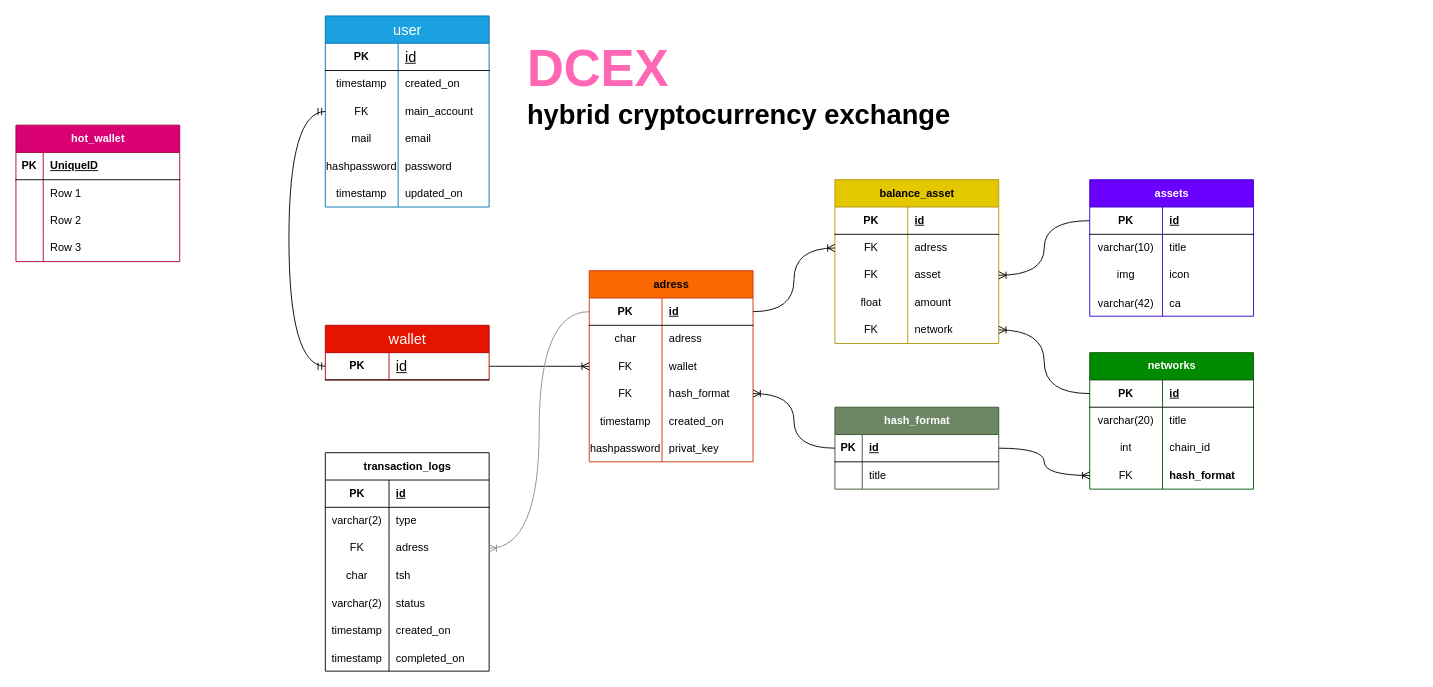
on3ginnn/DCEX keeps this draw.io diagram as dCEX_ER.drawio. Above is the earlier version. Source tidied: cells renumbered, new cells numbered last; positions are measured from the earlier drawing's top-left corner, leaving out a move shared by most shapes. Both pictures are drawn from the tidied source at 91%, with x=0, y=0 at pixel (15, 15).
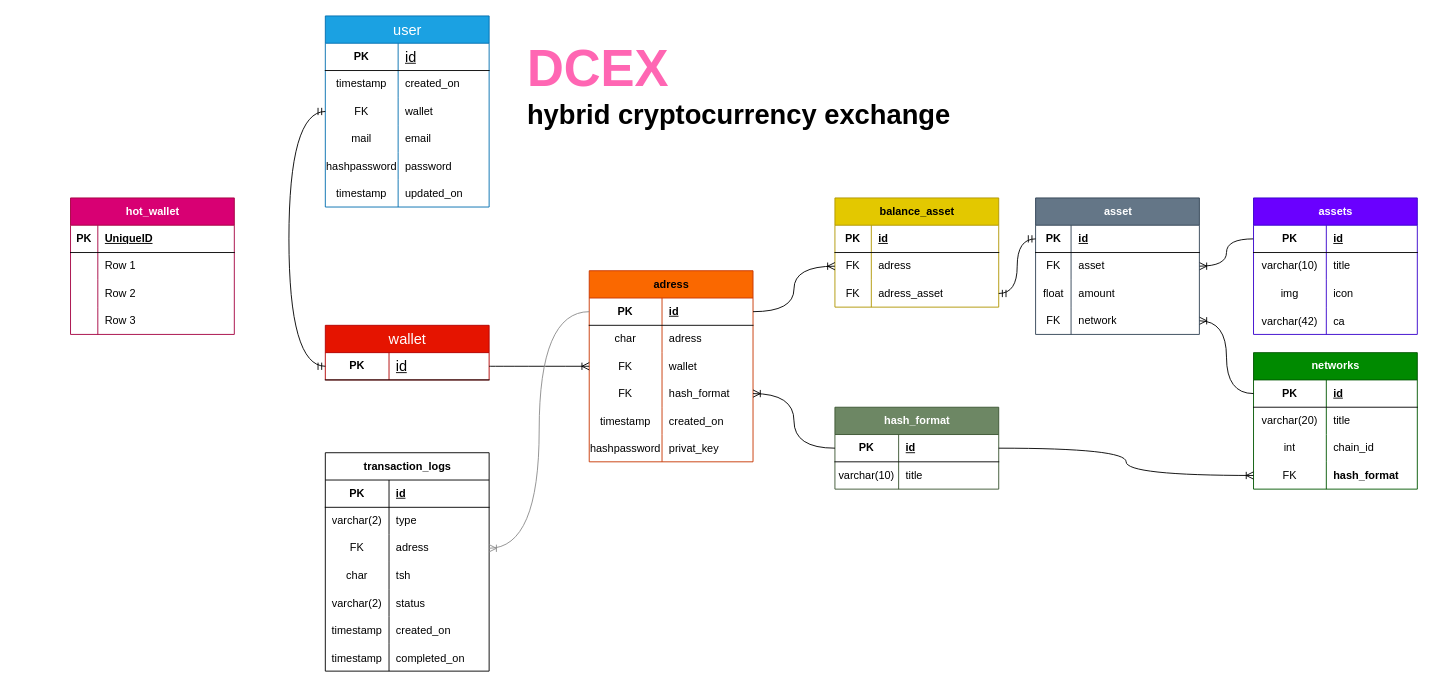
The same diagram, later.

Unchanged cells that the change refers to:
```xml
<mxCell id="9" style="shape=tableRow;horizontal=0;startSize=0;swimlaneHead=0;swimlaneBody=0;fillColor=none;points=[[0,0.5],[1,0.5]];portConstraint=eastwest;top=0;left=0;right=0;bottom=0;" parent="2" vertex="1">
  <mxGeometry y="90" width="180" height="30" as="geometry" />
</mxCell>
<mxCell id="22" style="shape=tableRow;horizontal=0;startSize=0;swimlaneHead=0;swimlaneBody=0;fillColor=none;top=0;left=0;right=0;bottom=1;" parent="21" vertex="1">
  <mxGeometry y="30" width="180" height="30" as="geometry" />
</mxCell>
<mxCell id="25" style="shape=tableRow;horizontal=0;startSize=0;swimlaneHead=0;swimlaneBody=0;fillColor=none;points=[[0,0.5],[1,0.5]];portConstraint=eastwest;top=0;left=0;right=0;bottom=0;" parent="21" vertex="1">
  <mxGeometry y="60" width="180" height="30" as="geometry" />
</mxCell>
<mxCell id="28" style="shape=tableRow;horizontal=0;startSize=0;swimlaneHead=0;swimlaneBody=0;fillColor=none;points=[[0,0.5],[1,0.5]];portConstraint=eastwest;top=0;left=0;right=0;bottom=0;" parent="21" vertex="1">
  <mxGeometry y="90" width="180" height="30" as="geometry" />
</mxCell>
<mxCell id="39" style="shape=tableRow;horizontal=0;startSize=0;swimlaneHead=0;swimlaneBody=0;fillColor=none;points=[[0,0.5],[1,0.5]];portConstraint=eastwest;top=0;left=0;right=0;bottom=1;" parent="38" vertex="1">
  <mxGeometry y="30" width="180" height="30" as="geometry" />
</mxCell>
<mxCell id="79" style="shape=tableRow;horizontal=0;startSize=0;swimlaneHead=0;swimlaneBody=0;fillColor=none;points=[[0,0.5],[1,0.5]];portConstraint=eastwest;top=0;left=0;right=0;bottom=1;" parent="78" vertex="1">
  <mxGeometry y="30" width="180" height="30" as="geometry" />
</mxCell>
<mxCell id="92" style="shape=tableRow;horizontal=0;startSize=0;swimlaneHead=0;swimlaneBody=0;fillColor=none;points=[[0,0.5],[1,0.5]];portConstraint=eastwest;top=0;left=0;right=0;bottom=1;" parent="91" vertex="1">
  <mxGeometry y="30" width="180" height="30" as="geometry" />
</mxCell>
<mxCell id="95" style="shape=tableRow;horizontal=0;startSize=0;swimlaneHead=0;swimlaneBody=0;fillColor=none;top=0;left=0;right=0;bottom=0;" parent="91" vertex="1">
  <mxGeometry y="60" width="180" height="30" as="geometry" />
</mxCell>
```

Change to the diagram source:
```diff
@@
-    <mxCell id="11" value="&lt;span style=&quot;text-align: center; white-space: nowrap;&quot;&gt;&lt;font style=&quot;font-size: 12px;&quot;&gt;main_account&lt;/font&gt;&lt;/span&gt;" style="shape=partialRectangle;fillColor=none;top=0;left=0;bottom=0;right=0;align=left;spacingLeft=6;overflow=hidden;whiteSpace=wrap;html=1;" parent="9" vertex="1">
+    <mxCell id="11" value="&lt;span style=&quot;text-align: center; white-space: nowrap;&quot;&gt;&lt;font style=&quot;font-size: 12px;&quot;&gt;wallet&lt;/font&gt;&lt;/span&gt;" style="shape=partialRectangle;fillColor=none;top=0;left=0;bottom=0;right=0;align=left;spacingLeft=6;overflow=hidden;whiteSpace=wrap;html=1;" parent="9" vertex="1">
       <mxGeometry x="80" width="100" height="30" as="geometry" />
     </mxCell>
@@
     <mxCell id="21" value="balance_asset" style="shape=table;startSize=30;childLayout=tableLayout;rowLines=0;fontStyle=1;align=center;html=1;fillColor=#e3c800;fontColor=#000000;strokeColor=#B09500;" parent="1" vertex="1">
-      <mxGeometry x="900" y="180" width="180" height="180" as="geometry" />
+      <mxGeometry x="900" y="200" width="180" height="120" as="geometry" />
     </mxCell>
@@
     <mxCell id="23" value="PK" style="shape=partialRectangle;fillColor=none;top=0;left=0;bottom=0;right=0;fontStyle=1;overflow=hidden;whiteSpace=wrap;html=1;" parent="22" vertex="1">
-      <mxGeometry width="80" height="30" as="geometry" />
+      <mxGeometry width="40" height="30" as="geometry" />
     </mxCell>
     <mxCell id="24" value="id" style="shape=partialRectangle;fillColor=none;top=0;left=0;bottom=0;right=0;align=left;spacingLeft=6;fontStyle=5;overflow=hidden;whiteSpace=wrap;html=1;" parent="22" vertex="1">
-      <mxGeometry x="80" width="100" height="30" as="geometry" />
+      <mxGeometry x="40" width="140" height="30" as="geometry" />
     </mxCell>
@@
     <mxCell id="26" value="FK" style="shape=partialRectangle;fillColor=none;top=0;left=0;bottom=0;right=0;fontStyle=0;overflow=hidden;whiteSpace=wrap;html=1;" parent="25" vertex="1">
-      <mxGeometry width="80" height="30" as="geometry" />
+      <mxGeometry width="40" height="30" as="geometry" />
     </mxCell>
     <mxCell id="27" value="adress" style="shape=partialRectangle;fillColor=none;top=0;left=0;bottom=0;right=0;align=left;spacingLeft=6;fontStyle=0;overflow=hidden;whiteSpace=wrap;html=1;" parent="25" vertex="1">
-      <mxGeometry x="80" width="100" height="30" as="geometry" />
+      <mxGeometry x="40" width="140" height="30" as="geometry" />
     </mxCell>
@@
     <mxCell id="29" value="FK" style="shape=partialRectangle;fillColor=none;top=0;left=0;bottom=0;right=0;fontStyle=0;overflow=hidden;whiteSpace=wrap;html=1;" parent="28" vertex="1">
-      <mxGeometry width="80" height="30" as="geometry" />
+      <mxGeometry width="40" height="30" as="geometry" />
     </mxCell>
-    <mxCell id="30" value="asset" style="shape=partialRectangle;fillColor=none;top=0;left=0;bottom=0;right=0;align=left;spacingLeft=6;fontStyle=0;overflow=hidden;whiteSpace=wrap;html=1;" parent="28" vertex="1">
-      <mxGeometry x="80" width="100" height="30" as="geometry" />
+    <mxCell id="30" value="adress_asset" style="shape=partialRectangle;fillColor=none;top=0;left=0;bottom=0;right=0;align=left;spacingLeft=6;fontStyle=0;overflow=hidden;whiteSpace=wrap;html=1;" parent="28" vertex="1">
+      <mxGeometry x="40" width="140" height="30" as="geometry" />
     </mxCell>
-    <mxCell id="31" style="shape=tableRow;horizontal=0;startSize=0;swimlaneHead=0;swimlaneBody=0;fillColor=none;points=[[0,0.5],[1,0.5]];portConstraint=eastwest;top=0;left=0;right=0;bottom=0;" parent="21" vertex="1">
-      <mxGeometry y="120" width="180" height="30" as="geometry" />
-    </mxCell>
-    <mxCell id="32" value="float" style="shape=partialRectangle;fillColor=none;top=0;left=0;bottom=0;right=0;overflow=hidden;whiteSpace=wrap;html=1;" parent="31" vertex="1">
-      <mxGeometry width="80" height="30" as="geometry" />
-    </mxCell>
-    <mxCell id="33" value="amount" style="shape=partialRectangle;fillColor=none;top=0;left=0;bottom=0;right=0;align=left;spacingLeft=6;overflow=hidden;whiteSpace=wrap;html=1;" parent="31" vertex="1">
-      <mxGeometry x="80" width="100" height="30" as="geometry" />
-    </mxCell>
-    <mxCell id="34" style="shape=tableRow;horizontal=0;startSize=0;swimlaneHead=0;swimlaneBody=0;fillColor=none;points=[[0,0.5],[1,0.5]];portConstraint=eastwest;top=0;left=0;right=0;bottom=0;" parent="21" vertex="1">
-      <mxGeometry y="150" width="180" height="30" as="geometry" />
-    </mxCell>
-    <mxCell id="35" value="FK" style="shape=partialRectangle;fillColor=none;top=0;left=0;bottom=0;right=0;fontStyle=0;overflow=hidden;whiteSpace=wrap;html=1;" parent="34" vertex="1">
-      <mxGeometry width="80" height="30" as="geometry" />
-    </mxCell>
-    <mxCell id="36" value="network" style="shape=partialRectangle;fillColor=none;top=0;left=0;bottom=0;right=0;align=left;spacingLeft=6;fontStyle=0;overflow=hidden;whiteSpace=wrap;html=1;" parent="34" vertex="1">
-      <mxGeometry x="80" width="100" height="30" as="geometry" />
-    </mxCell>
-    <mxCell id="37" style="edgeStyle=orthogonalEdgeStyle;fontSize=12;html=1;endArrow=ERoneToMany;rounded=0;entryX=1;entryY=0.5;entryDx=0;entryDy=0;exitX=0;exitY=0.5;exitDx=0;exitDy=0;curved=1;" parent="1" edge="1" source="39" target="28">
+    <mxCell id="37" style="edgeStyle=orthogonalEdgeStyle;fontSize=12;html=1;endArrow=ERoneToMany;rounded=0;entryX=1;entryY=0.5;entryDx=0;entryDy=0;exitX=0;exitY=0.5;exitDx=0;exitDy=0;curved=1;" parent="1" edge="1" source="39" target="141">
       <mxGeometry relative="1" as="geometry" />
     </mxCell>
     <mxCell id="38" value="assets" style="shape=table;startSize=30;childLayout=tableLayout;rowLines=0;fontStyle=1;align=center;html=1;fillColor=#6a00ff;fontColor=#ffffff;strokeColor=#3700CC;" parent="1" vertex="1">
-      <mxGeometry x="1180" y="180" width="180" height="150" as="geometry" />
+      <mxGeometry x="1360" y="200" width="180" height="150" as="geometry" />
     </mxCell>
@@
     <mxCell id="78" value="networks" style="shape=table;startSize=30;childLayout=tableLayout;rowLines=0;fontStyle=1;align=center;html=1;fillColor=#008a00;fontColor=#ffffff;strokeColor=#005700;" parent="1" vertex="1">
-      <mxGeometry x="1180" y="370" width="180" height="150" as="geometry" />
+      <mxGeometry x="1360" y="370" width="180" height="150" as="geometry" />
     </mxCell>
@@
     <mxCell id="93" value="PK" style="shape=partialRectangle;fillColor=none;top=0;left=0;bottom=0;right=0;fontStyle=1;overflow=hidden;whiteSpace=wrap;html=1;" parent="92" vertex="1">
-      <mxGeometry width="30" height="30" as="geometry" />
+      <mxGeometry width="70" height="30" as="geometry" />
     </mxCell>
     <mxCell id="94" value="id" style="shape=partialRectangle;fillColor=none;top=0;left=0;bottom=0;right=0;align=left;spacingLeft=6;fontStyle=5;overflow=hidden;whiteSpace=wrap;html=1;" parent="92" vertex="1">
-      <mxGeometry x="30" width="150" height="30" as="geometry" />
+      <mxGeometry x="70" width="110" height="30" as="geometry" />
     </mxCell>
@@
-    <mxCell id="96" style="shape=partialRectangle;fillColor=none;top=0;left=0;bottom=0;right=0;overflow=hidden;whiteSpace=wrap;html=1;" parent="95" vertex="1">
-      <mxGeometry width="30" height="30" as="geometry" />
+    <mxCell id="96" value="varchar(10)" style="shape=partialRectangle;fillColor=none;top=0;left=0;bottom=0;right=0;overflow=hidden;whiteSpace=wrap;html=1;" parent="95" vertex="1">
+      <mxGeometry width="70" height="30" as="geometry" />
     </mxCell>
     <mxCell id="97" value="title" style="shape=partialRectangle;fillColor=none;top=0;left=0;bottom=0;right=0;align=left;spacingLeft=6;overflow=hidden;whiteSpace=wrap;html=1;" parent="95" vertex="1">
-      <mxGeometry x="30" width="150" height="30" as="geometry" />
+      <mxGeometry x="70" width="110" height="30" as="geometry" />
     </mxCell>
-    <mxCell id="98" style="edgeStyle=orthogonalEdgeStyle;fontSize=12;html=1;endArrow=ERoneToMany;rounded=0;entryX=1;entryY=0.5;entryDx=0;entryDy=0;exitX=0;exitY=0.5;exitDx=0;exitDy=0;curved=1;" parent="1" edge="1" source="79" target="34">
+    <mxCell id="98" style="edgeStyle=orthogonalEdgeStyle;fontSize=12;html=1;endArrow=ERoneToMany;rounded=0;entryX=1;entryY=0.5;entryDx=0;entryDy=0;exitX=0;exitY=0.5;exitDx=0;exitDy=0;curved=1;" parent="1" edge="1" source="79" target="31">
       <mxGeometry relative="1" as="geometry" />
     </mxCell>
@@
     <mxCell id="124" value="hot_wallet" style="shape=table;startSize=30;childLayout=tableLayout;rowLines=0;fontStyle=1;align=center;html=1;fillColor=#d80073;fontColor=#ffffff;strokeColor=#A50040;" parent="1" vertex="1">
-      <mxGeometry y="120" width="180" height="150" as="geometry" />
+      <mxGeometry x="60" y="200" width="180" height="150" as="geometry" />
     </mxCell>
@@
+    <mxCell id="137" value="asset" style="shape=table;startSize=30;childLayout=tableLayout;rowLines=0;fontStyle=1;align=center;html=1;fillColor=#647687;strokeColor=#314354;fontColor=#ffffff;" parent="1" vertex="1">
+      <mxGeometry x="1120.5" y="200" width="180" height="150" as="geometry" />
+    </mxCell>
+    <mxCell id="138" style="shape=tableRow;horizontal=0;startSize=0;swimlaneHead=0;swimlaneBody=0;fillColor=none;points=[[0,0.5],[1,0.5]];portConstraint=eastwest;top=0;left=0;right=0;bottom=1;" parent="137" vertex="1">
+      <mxGeometry y="30" width="180" height="30" as="geometry" />
+    </mxCell>
+    <mxCell id="139" value="PK" style="shape=partialRectangle;fillColor=none;top=0;left=0;bottom=0;right=0;fontStyle=1;overflow=hidden;whiteSpace=wrap;html=1;" parent="138" vertex="1">
+      <mxGeometry width="39" height="30" as="geometry" />
+    </mxCell>
+    <mxCell id="140" value="id" style="shape=partialRectangle;fillColor=none;top=0;left=0;bottom=0;right=0;align=left;spacingLeft=6;fontStyle=5;overflow=hidden;whiteSpace=wrap;html=1;" parent="138" vertex="1">
+      <mxGeometry x="39" width="141" height="30" as="geometry" />
+    </mxCell>
+    <mxCell id="141" style="shape=tableRow;horizontal=0;startSize=0;swimlaneHead=0;swimlaneBody=0;fillColor=none;points=[[0,0.5],[1,0.5]];portConstraint=eastwest;top=0;left=0;right=0;bottom=0;" parent="137" vertex="1">
+      <mxGeometry y="60" width="180" height="30" as="geometry" />
+    </mxCell>
+    <mxCell id="142" value="FK" style="shape=partialRectangle;fillColor=none;top=0;left=0;bottom=0;right=0;fontStyle=0;overflow=hidden;whiteSpace=wrap;html=1;" parent="141" vertex="1">
+      <mxGeometry width="39" height="30" as="geometry" />
+    </mxCell>
+    <mxCell id="143" value="asset" style="shape=partialRectangle;fillColor=none;top=0;left=0;bottom=0;right=0;align=left;spacingLeft=6;fontStyle=0;overflow=hidden;whiteSpace=wrap;html=1;" parent="141" vertex="1">
+      <mxGeometry x="39" width="141" height="30" as="geometry" />
+    </mxCell>
+    <mxCell id="144" style="shape=tableRow;horizontal=0;startSize=0;swimlaneHead=0;swimlaneBody=0;fillColor=none;top=0;left=0;right=0;bottom=0;" parent="137" vertex="1">
+      <mxGeometry y="90" width="180" height="30" as="geometry" />
+    </mxCell>
+    <mxCell id="32" value="float" style="shape=partialRectangle;fillColor=none;top=0;left=0;bottom=0;right=0;overflow=hidden;whiteSpace=wrap;html=1;" parent="144" vertex="1">
+      <mxGeometry width="39" height="30" as="geometry" />
+    </mxCell>
+    <mxCell id="33" value="amount" style="shape=partialRectangle;fillColor=none;top=0;left=0;bottom=0;right=0;align=left;spacingLeft=6;overflow=hidden;whiteSpace=wrap;html=1;" parent="144" vertex="1">
+      <mxGeometry x="39" width="141" height="30" as="geometry" />
+    </mxCell>
+    <mxCell id="31" style="shape=tableRow;horizontal=0;startSize=0;swimlaneHead=0;swimlaneBody=0;fillColor=none;points=[[0,0.5],[1,0.5]];portConstraint=eastwest;top=0;left=0;right=0;bottom=0;" parent="137" vertex="1">
+      <mxGeometry y="120" width="180" height="30" as="geometry" />
+    </mxCell>
+    <mxCell id="145" value="FK" style="shape=partialRectangle;fillColor=none;top=0;left=0;bottom=0;right=0;fontStyle=0;overflow=hidden;whiteSpace=wrap;html=1;" parent="31" vertex="1">
+      <mxGeometry width="39" height="30" as="geometry" />
+    </mxCell>
+    <mxCell id="36" value="network" style="shape=partialRectangle;fillColor=none;top=0;left=0;bottom=0;right=0;align=left;spacingLeft=6;fontStyle=0;overflow=hidden;whiteSpace=wrap;html=1;" parent="31" vertex="1">
+      <mxGeometry x="39" width="141" height="30" as="geometry" />
+    </mxCell>
+    <mxCell id="146" style="edgeStyle=orthogonalEdgeStyle;fontSize=12;html=1;endArrow=ERmandOne;startArrow=ERmandOne;rounded=0;exitX=1;exitY=0.5;exitDx=0;exitDy=0;entryX=0;entryY=0.5;entryDx=0;entryDy=0;curved=1;" parent="1" edge="1" source="28" target="138">
+      <mxGeometry relative="1" as="geometry" />
+    </mxCell>
```
